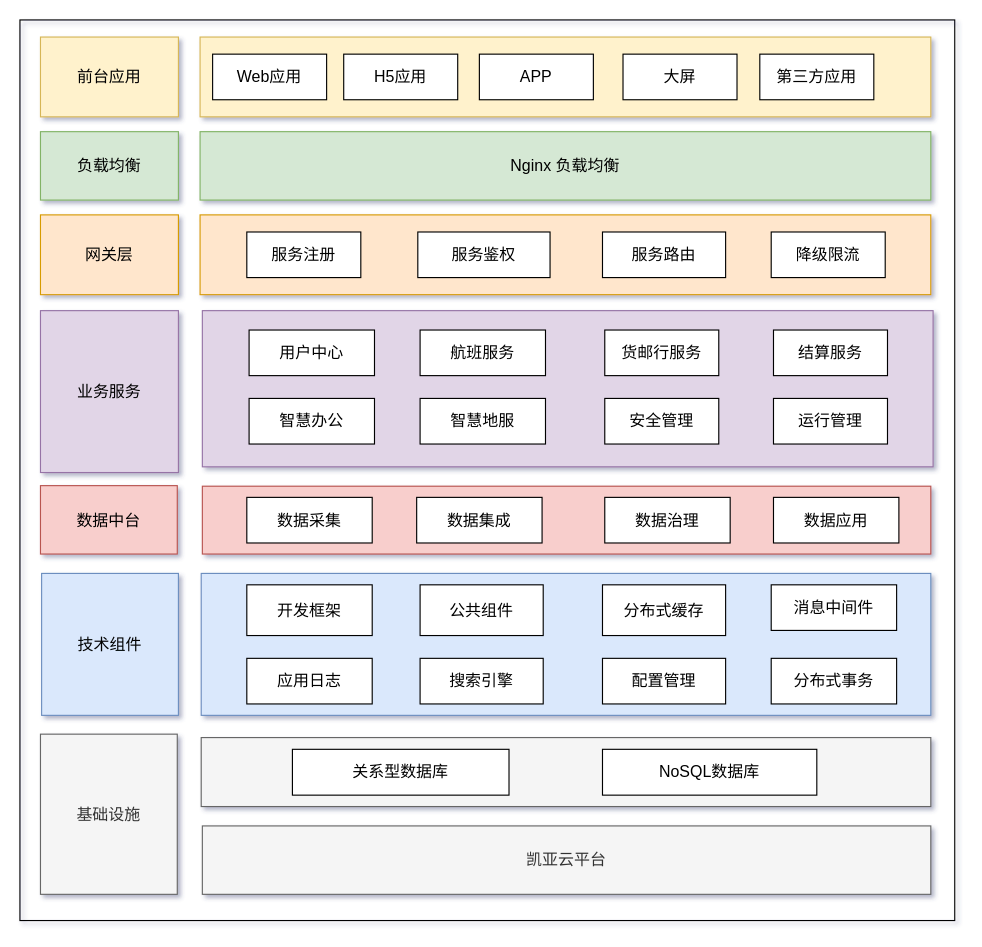
Above: uml-diagrams/中台能力架构.drawio in huyunzhen/diagrams (draw.io), before the change. Source tidied: cells renumbered, new cells numbered last; positions are measured from the earlier drawing's top-left corner, leaving out a move shared by most shapes. Both pictures are drawn from the tidied source at 114%, with x=0, y=0 at pixel (19, 19).
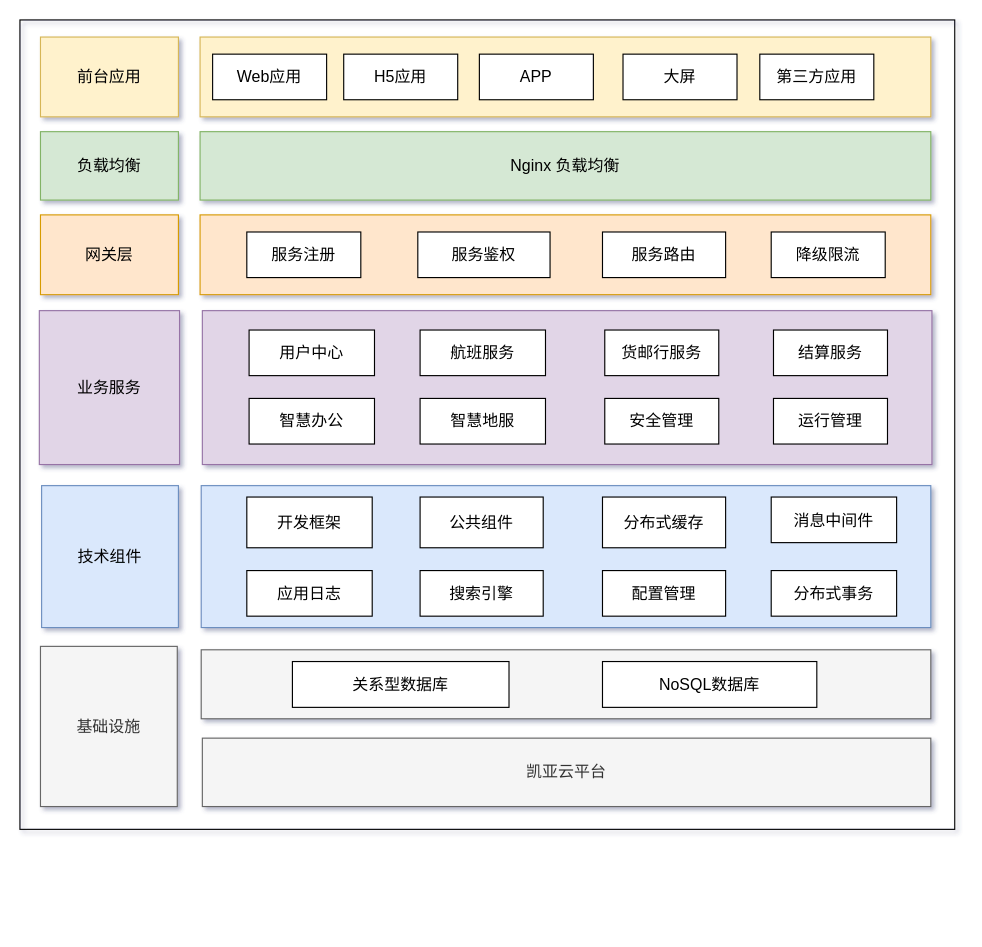
The same diagram, later.

Commit message:
更新中台能力架构.drawio

Diff of the diagram source:
```diff
@@
     <mxCell id="2" style="rounded=0;whiteSpace=wrap;html=1;sketch=0;fontSize=13;labelBorderColor=none;fontColor=none;noLabel=1;fillColor=none;" parent="1" vertex="1">
-      <mxGeometry width="820" height="790" as="geometry" />
+      <mxGeometry width="820" height="710" as="geometry" />
     </mxCell>
     <mxCell id="3" value="技术组件" style="rounded=0;whiteSpace=wrap;html=1;fontSize=14;fillColor=#dae8fc;strokeColor=#6c8ebf;" parent="1" vertex="1">
-      <mxGeometry x="19" y="485.5" width="120" height="124.5" as="geometry" />
+      <mxGeometry x="19" y="408.5" width="120" height="124.5" as="geometry" />
     </mxCell>
     <mxCell id="4" style="rounded=0;whiteSpace=wrap;html=1;fontSize=14;fillColor=#dae8fc;strokeColor=#6c8ebf;" parent="1" vertex="1">
-      <mxGeometry x="159" y="485.5" width="640" height="124.5" as="geometry" />
+      <mxGeometry x="159" y="408.5" width="640" height="124.5" as="geometry" />
     </mxCell>
     <mxCell id="5" value="基础设施" style="rounded=0;whiteSpace=wrap;html=1;fontSize=14;fillColor=#f5f5f5;fontColor=#333333;strokeColor=#666666;" parent="1" vertex="1">
-      <mxGeometry x="18" y="626.5" width="120" height="140.5" as="geometry" />
+      <mxGeometry x="18" y="549.5" width="120" height="140.5" as="geometry" />
     </mxCell>
     <mxCell id="6" style="rounded=0;whiteSpace=wrap;html=1;fontSize=14;fillColor=#f5f5f5;strokeColor=#666666;fontColor=#333333;" parent="1" vertex="1">
-      <mxGeometry x="159" y="629.5" width="640" height="60.5" as="geometry" />
+      <mxGeometry x="159" y="552.5" width="640" height="60.5" as="geometry" />
     </mxCell>
     <mxCell id="7" value="业务服务" style="rounded=0;whiteSpace=wrap;html=1;fontSize=14;fillColor=#e1d5e7;strokeColor=#9673a6;" parent="1" vertex="1">
-      <mxGeometry x="18" y="255" width="121" height="142" as="geometry" />
+      <mxGeometry x="17" y="255" width="123" height="135" as="geometry" />
     </mxCell>
     <mxCell id="8" style="rounded=0;whiteSpace=wrap;html=1;fontSize=14;fillColor=#e1d5e7;strokeColor=#9673a6;" parent="1" vertex="1">
-      <mxGeometry x="160" y="255" width="641" height="137" as="geometry" />
+      <mxGeometry x="160" y="255" width="640" height="135" as="geometry" />
     </mxCell>
@@
-    <mxCell id="10" style="rounded=0;whiteSpace=wrap;html=1;fontSize=14;fillColor=#f8cecc;strokeColor=#b85450;" parent="1" vertex="1">
-      <mxGeometry x="160" y="409" width="639" height="59.5" as="geometry" />
-    </mxCell>
@@
-    <mxCell id="21" value="数据中台" style="rounded=0;whiteSpace=wrap;html=1;fontSize=14;fillColor=#f8cecc;strokeColor=#b85450;" parent="1" vertex="1">
-      <mxGeometry x="18" y="408.5" width="120" height="60" as="geometry" />
-    </mxCell>
     <mxCell id="22" value="凯亚云平台" style="rounded=0;whiteSpace=wrap;html=1;fontFamily=Helvetica;fontSize=14;fillColor=#f5f5f5;strokeColor=#666666;fontColor=#333333;" parent="1" vertex="1">
-      <mxGeometry x="160" y="707" width="639" height="60" as="geometry" />
+      <mxGeometry x="160" y="630" width="639" height="60" as="geometry" />
     </mxCell>
@@
     <mxCell id="31" value="开发框架" style="rounded=0;whiteSpace=wrap;html=1;fontFamily=Helvetica;fontSize=14;" parent="1" vertex="1">
-      <mxGeometry x="199" y="495.5" width="110" height="44.5" as="geometry" />
+      <mxGeometry x="199" y="418.5" width="110" height="44.5" as="geometry" />
     </mxCell>
     <mxCell id="32" value="公共组件" style="rounded=0;whiteSpace=wrap;html=1;fontFamily=Helvetica;fontSize=14;" parent="1" vertex="1">
-      <mxGeometry x="351" y="495.5" width="108" height="44.5" as="geometry" />
+      <mxGeometry x="351" y="418.5" width="108" height="44.5" as="geometry" />
     </mxCell>
     <mxCell id="33" value="消息中间件" style="rounded=0;whiteSpace=wrap;html=1;fontFamily=Helvetica;fontSize=14;" parent="1" vertex="1">
-      <mxGeometry x="659" y="495.5" width="110" height="40" as="geometry" />
+      <mxGeometry x="659" y="418.5" width="110" height="40" as="geometry" />
     </mxCell>
     <mxCell id="34" value="分布式缓存" style="rounded=0;whiteSpace=wrap;html=1;fontFamily=Helvetica;fontSize=14;" parent="1" vertex="1">
-      <mxGeometry x="511" y="495.5" width="108" height="44.5" as="geometry" />
+      <mxGeometry x="511" y="418.5" width="108" height="44.5" as="geometry" />
     </mxCell>
     <mxCell id="35" value="分布式事务" style="rounded=0;whiteSpace=wrap;html=1;fontFamily=Helvetica;fontSize=14;" parent="1" vertex="1">
-      <mxGeometry x="659" y="560" width="110" height="40" as="geometry" />
+      <mxGeometry x="659" y="483" width="110" height="40" as="geometry" />
     </mxCell>
     <mxCell id="36" value="应用日志" style="rounded=0;whiteSpace=wrap;html=1;fontFamily=Helvetica;fontSize=14;" parent="1" vertex="1">
-      <mxGeometry x="199" y="560" width="110" height="40" as="geometry" />
+      <mxGeometry x="199" y="483" width="110" height="40" as="geometry" />
     </mxCell>
     <mxCell id="37" value="搜索引擎" style="rounded=0;whiteSpace=wrap;html=1;fontFamily=Helvetica;fontSize=14;" parent="1" vertex="1">
-      <mxGeometry x="351" y="560" width="108" height="40" as="geometry" />
+      <mxGeometry x="351" y="483" width="108" height="40" as="geometry" />
     </mxCell>
     <mxCell id="38" value="配置管理" style="rounded=0;whiteSpace=wrap;html=1;fontFamily=Helvetica;fontSize=14;" parent="1" vertex="1">
-      <mxGeometry x="511" y="560" width="108" height="40" as="geometry" />
+      <mxGeometry x="511" y="483" width="108" height="40" as="geometry" />
     </mxCell>
@@
     <mxCell id="44" value="关系型数据库" style="rounded=0;whiteSpace=wrap;html=1;fontFamily=Helvetica;fontSize=14;" parent="1" vertex="1">
-      <mxGeometry x="239" y="639.8" width="190" height="40.2" as="geometry" />
+      <mxGeometry x="239" y="562.8" width="190" height="40.2" as="geometry" />
     </mxCell>
     <mxCell id="45" value="NoSQL数据库" style="rounded=0;whiteSpace=wrap;html=1;fontFamily=Helvetica;fontSize=14;" parent="1" vertex="1">
-      <mxGeometry x="511" y="639.8" width="188" height="40.2" as="geometry" />
+      <mxGeometry x="511" y="562.8" width="188" height="40.2" as="geometry" />
     </mxCell>
-    <mxCell id="46" value="数据采集" style="rounded=0;whiteSpace=wrap;html=1;fontFamily=Helvetica;fontSize=14;" parent="1" vertex="1">
-      <mxGeometry x="199" y="418.8" width="110" height="40" as="geometry" />
-    </mxCell>
-    <mxCell id="47" value="数据集成" style="rounded=0;whiteSpace=wrap;html=1;fontFamily=Helvetica;fontSize=14;" parent="1" vertex="1">
-      <mxGeometry x="348" y="418.8" width="110" height="40" as="geometry" />
-    </mxCell>
-    <mxCell id="48" value="数据治理" style="rounded=0;whiteSpace=wrap;html=1;fontFamily=Helvetica;fontSize=14;" parent="1" vertex="1">
-      <mxGeometry x="513" y="418.8" width="110" height="40" as="geometry" />
-    </mxCell>
-    <mxCell id="49" value="数据应用" style="rounded=0;whiteSpace=wrap;html=1;fontFamily=Helvetica;fontSize=14;" parent="1" vertex="1">
-      <mxGeometry x="661" y="418.8" width="110" height="40" as="geometry" />
-    </mxCell>
```
